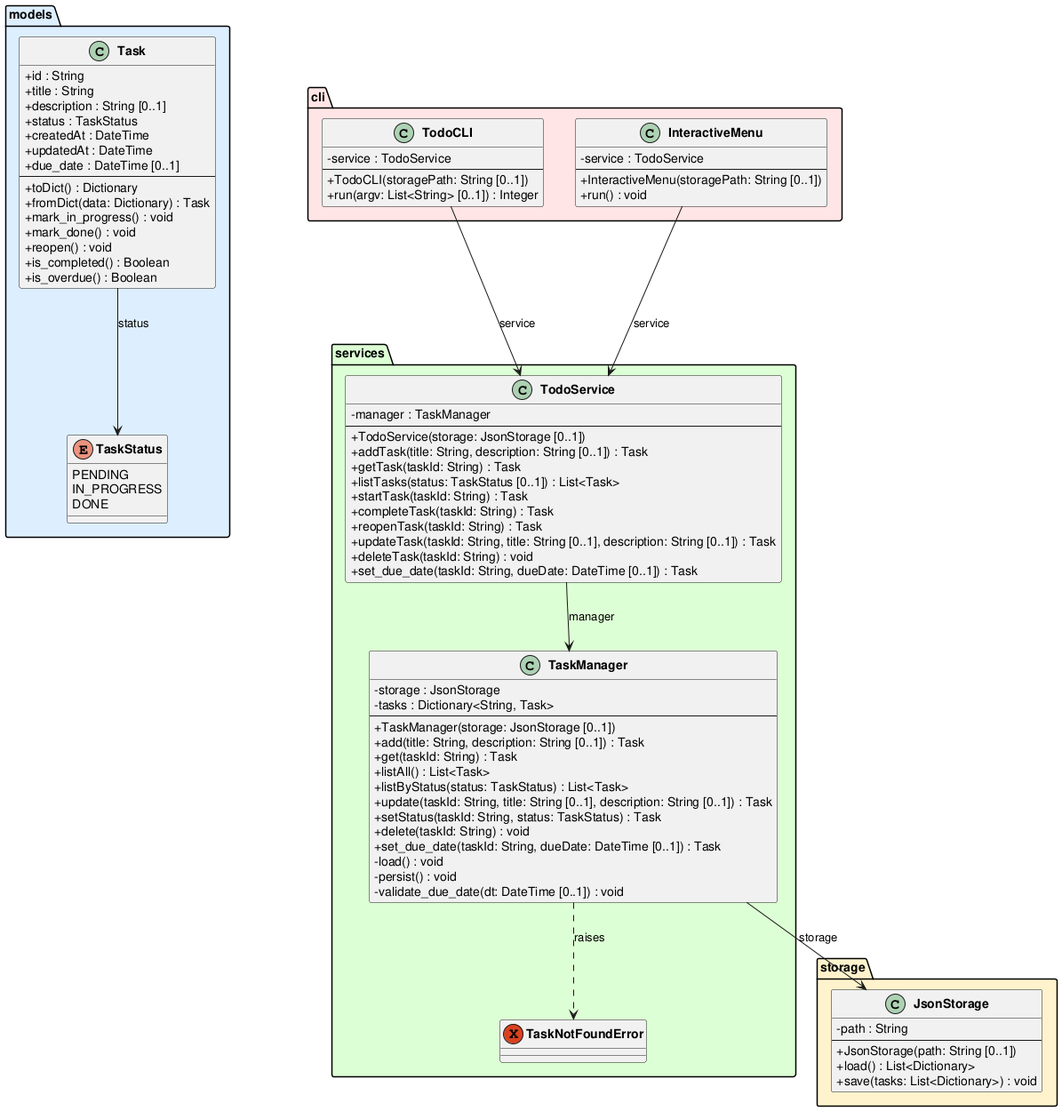
DanielRiha8906/Software_autoevolution_using_agents keeps this PlantUML diagram as experiments/supervisor_as_tools/structured_text/TODO/artifacts/class_diagram.png. Above is the earlier version.
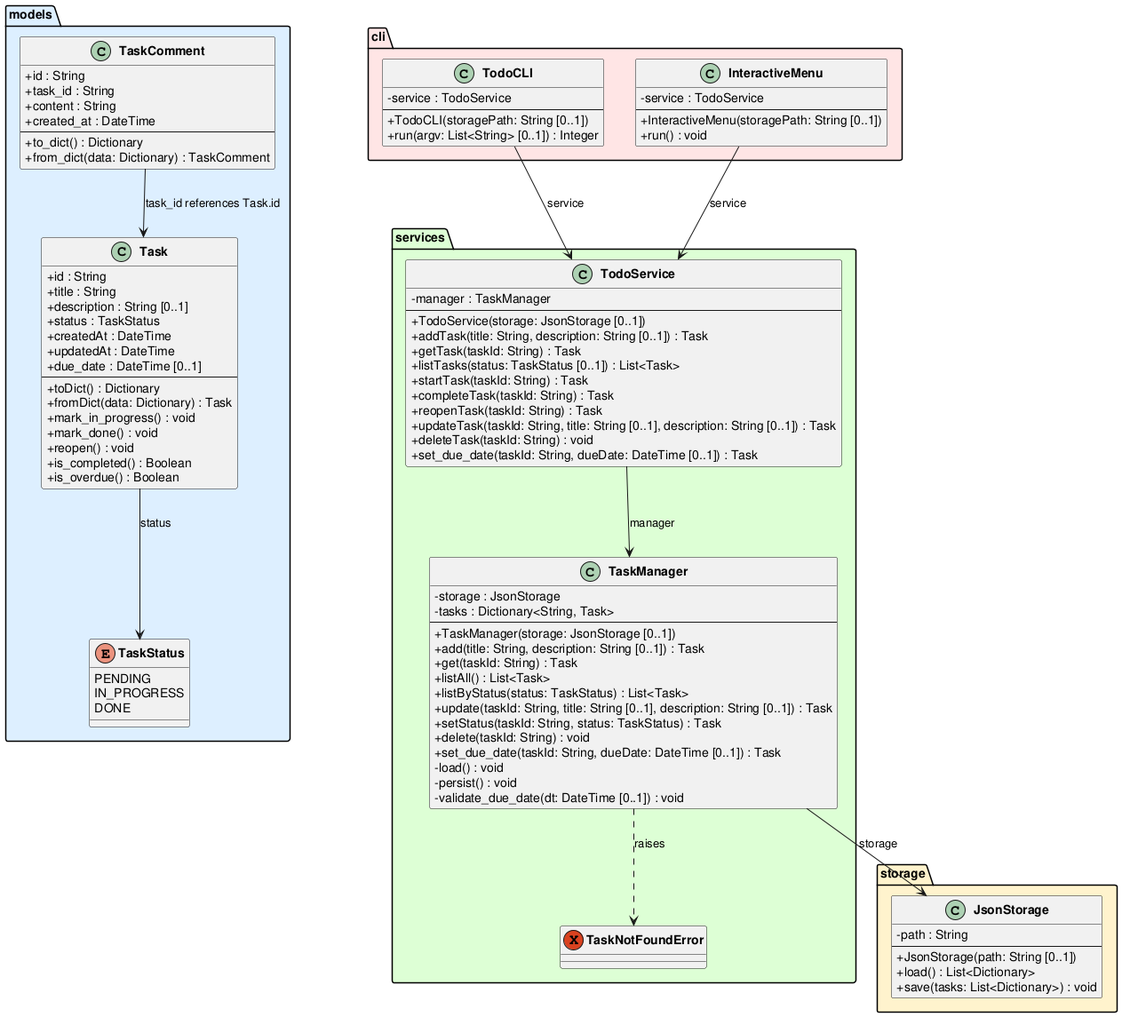
After the change.

What changed in the source:
```diff
@@ -26,6 +26,16 @@
         +reopen() : void
         +is_completed() : Boolean
         +is_overdue() : Boolean
+    }
+
+    class TaskComment {
+        +id : String
+        +task_id : String
+        +content : String
+        +created_at : DateTime
+        --
+        +to_dict() : Dictionary
+        +from_dict(data: Dictionary) : TaskComment
     }
 }
 
@@ -93,6 +103,7 @@
 }
 
 Task --> TaskStatus : status
+TaskComment --> Task : task_id references Task.id
 TaskManager --> JsonStorage : storage
 TaskManager ..> TaskNotFoundError : raises
 TodoService --> TaskManager : manager
```
